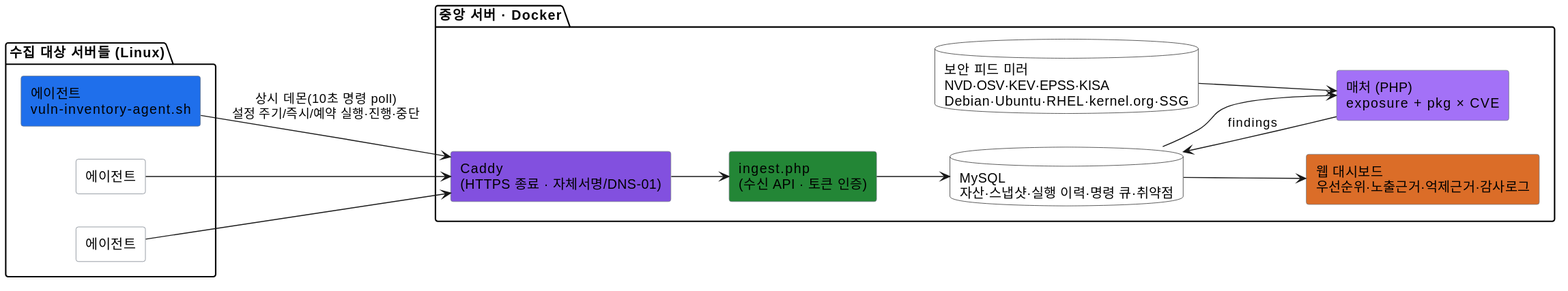
Before: docs/specs/diagrams/시스템개요.svg, a diagram exported from PlantUML (JeongDoWook/vuln-agent).
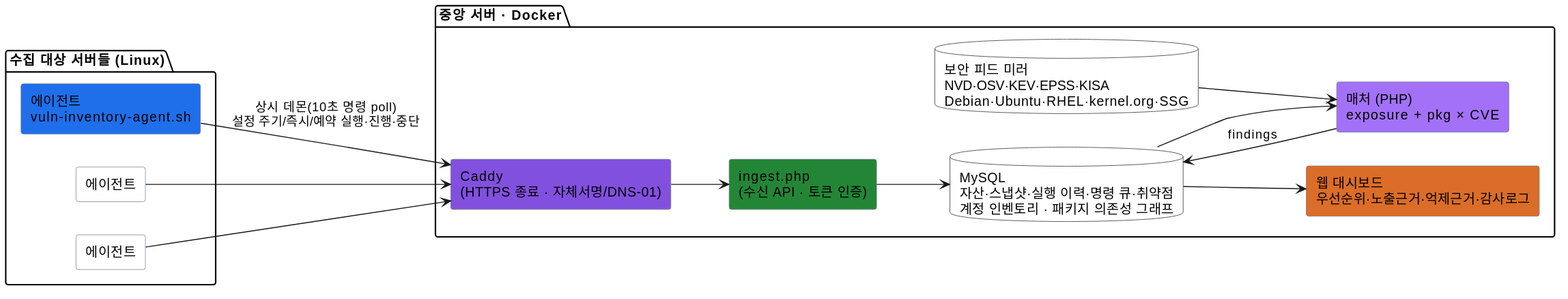
Above is the later version.

The edit, as a diff of the source:
```diff
@@ -17,7 +17,7 @@
 package "중앙 서버 · Docker" as Central {
     rectangle "Caddy\n(HTTPS 종료 · 자체서명/DNS-01)" as CADDY #8250df
     rectangle "ingest.php\n(수신 API · 토큰 인증)" as ING #238636
-    database "MySQL\n자산·스냅샷·실행 이력·명령 큐·취약점" as DB
+    database "MySQL\n자산·스냅샷·실행 이력·명령 큐·취약점\n계정 인벤토리 · 패키지 의존성 그래프" as DB
     rectangle "매처 (PHP)\nexposure + pkg × CVE" as MAT #a371f7
     database "보안 피드 미러\nNVD·OSV·KEV·EPSS·KISA\nDebian·Ubuntu·RHEL·kernel.org·SSG" as CVE
     rectangle "웹 대시보드\n우선순위·노출근거·억제근거·감사로그" as WEB #db6d28
```
